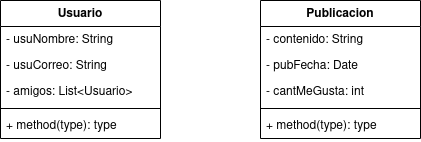
Earlier version of the draw.io export ejercicio1/diagram/ejercicio1-maxi.png (mackstm/examen-ets). Source tidied: cells renumbered, new cells last; positions are measured from the earlier drawing's top-left corner, leaving out a move shared by most shapes.
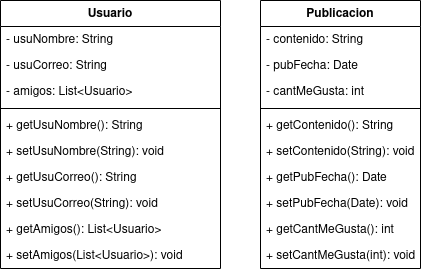
Later version of the same file.

Diff of the diagram source:
```diff
@@ -3,25 +3,40 @@
     <mxCell id="0" />
     <mxCell id="1" parent="0" />
     <mxCell id="2" value="Usuario" style="swimlane;fontStyle=1;align=center;verticalAlign=top;horizontal=1;startSize=26;whiteSpace=wrap;html=1;" parent="1" vertex="1">
-      <mxGeometry width="160" height="138" as="geometry" />
+      <mxGeometry width="220" height="268" as="geometry" />
     </mxCell>
     <mxCell id="3" value="- usuNombre: String" style="text;strokeColor=none;fillColor=none;align=left;verticalAlign=top;spacingLeft=4;spacingRight=4;overflow=hidden;whiteSpace=wrap;html=1;" parent="2" vertex="1">
-      <mxGeometry y="26" width="160" height="26" as="geometry" />
+      <mxGeometry y="26" width="220" height="26" as="geometry" />
     </mxCell>
     <mxCell id="4" value="- usuCorreo: String" style="text;strokeColor=none;fillColor=none;align=left;verticalAlign=top;spacingLeft=4;spacingRight=4;overflow=hidden;whiteSpace=wrap;html=1;" parent="2" vertex="1">
-      <mxGeometry y="52" width="160" height="26" as="geometry" />
+      <mxGeometry y="52" width="220" height="26" as="geometry" />
     </mxCell>
     <mxCell id="5" value="- amigos: List&amp;lt;Usuario&amp;gt;" style="text;strokeColor=none;fillColor=none;align=left;verticalAlign=top;spacingLeft=4;spacingRight=4;overflow=hidden;whiteSpace=wrap;html=1;" parent="2" vertex="1">
-      <mxGeometry y="78" width="160" height="26" as="geometry" />
+      <mxGeometry y="78" width="220" height="26" as="geometry" />
     </mxCell>
     <mxCell id="6" style="line;strokeWidth=1;fillColor=none;align=left;verticalAlign=middle;spacingTop=-1;spacingLeft=3;spacingRight=3;labelPosition=right;strokeColor=inherit;" parent="2" vertex="1">
-      <mxGeometry y="104" width="160" height="8" as="geometry" />
+      <mxGeometry y="104" width="220" height="8" as="geometry" />
     </mxCell>
+    <mxCell id="14" value="+ getUsuNombre(): String" style="text;strokeColor=none;fillColor=none;align=left;verticalAlign=top;spacingLeft=4;spacingRight=4;overflow=hidden;whiteSpace=wrap;html=1;" parent="2" vertex="1">
+      <mxGeometry y="112" width="220" height="26" as="geometry" />
+    </mxCell>
+    <mxCell id="15" value="+ setUsuNombre(String): void" style="text;strokeColor=none;fillColor=none;align=left;verticalAlign=top;spacingLeft=4;spacingRight=4;overflow=hidden;whiteSpace=wrap;html=1;" parent="2" vertex="1">
+      <mxGeometry y="138" width="220" height="26" as="geometry" />
+    </mxCell>
+    <mxCell id="16" value="+ getUsuCorreo(): String" style="text;strokeColor=none;fillColor=none;align=left;verticalAlign=top;spacingLeft=4;spacingRight=4;overflow=hidden;whiteSpace=wrap;html=1;" parent="2" vertex="1">
+      <mxGeometry y="164" width="220" height="26" as="geometry" />
+    </mxCell>
+    <mxCell id="17" value="+ setUsuCorreo(String): void" style="text;strokeColor=none;fillColor=none;align=left;verticalAlign=top;spacingLeft=4;spacingRight=4;overflow=hidden;whiteSpace=wrap;html=1;" parent="2" vertex="1">
+      <mxGeometry y="190" width="220" height="26" as="geometry" />
+    </mxCell>
-    <mxCell id="7" value="+ method(type): type" style="text;strokeColor=none;fillColor=none;align=left;verticalAlign=top;spacingLeft=4;spacingRight=4;overflow=hidden;whiteSpace=wrap;html=1;" parent="2" vertex="1">
-      <mxGeometry y="112" width="160" height="26" as="geometry" />
+    <mxCell id="7" value="+ getAmigos(): List&amp;lt;Usuario&amp;gt;" style="text;strokeColor=none;fillColor=none;align=left;verticalAlign=top;spacingLeft=4;spacingRight=4;overflow=hidden;whiteSpace=wrap;html=1;" parent="2" vertex="1">
+      <mxGeometry y="216" width="220" height="26" as="geometry" />
     </mxCell>
+    <mxCell id="18" value="+ setAmigos(List&amp;lt;Usuario&amp;gt;): void" style="text;strokeColor=none;fillColor=none;align=left;verticalAlign=top;spacingLeft=4;spacingRight=4;overflow=hidden;whiteSpace=wrap;html=1;" parent="2" vertex="1">
+      <mxGeometry y="242" width="220" height="26" as="geometry" />
+    </mxCell>
     <mxCell id="8" value="Publicacion" style="swimlane;fontStyle=1;align=center;verticalAlign=top;horizontal=1;startSize=26;whiteSpace=wrap;html=1;" parent="1" vertex="1">
-      <mxGeometry x="260" width="160" height="138" as="geometry" />
+      <mxGeometry x="260" width="160" height="268" as="geometry" />
     </mxCell>
     <mxCell id="9" value="- contenido: String" style="text;strokeColor=none;fillColor=none;align=left;verticalAlign=top;spacingLeft=4;spacingRight=4;overflow=hidden;whiteSpace=wrap;html=1;" parent="8" vertex="1">
       <mxGeometry y="26" width="160" height="26" as="geometry" />
@@ -35,8 +50,23 @@
     <mxCell id="12" style="line;strokeWidth=1;fillColor=none;align=left;verticalAlign=middle;spacingTop=-1;spacingLeft=3;spacingRight=3;labelPosition=right;strokeColor=inherit;" parent="8" vertex="1">
       <mxGeometry y="104" width="160" height="8" as="geometry" />
     </mxCell>
-    <mxCell id="13" value="+ method(type): type" style="text;strokeColor=none;fillColor=none;align=left;verticalAlign=top;spacingLeft=4;spacingRight=4;overflow=hidden;whiteSpace=wrap;html=1;" parent="8" vertex="1">
-      <mxGeometry y="112" width="160" height="26" as="geometry" />
-    </mxCell>
+    <mxCell id="19" value="+ getContenido(): String" style="text;strokeColor=none;fillColor=none;align=left;verticalAlign=top;spacingLeft=4;spacingRight=4;overflow=hidden;whiteSpace=wrap;html=1;" parent="8" vertex="1">
+      <mxGeometry y="112" width="160" height="26" as="geometry" />
+    </mxCell>
+    <mxCell id="20" value="+ setContenido(String): void" style="text;strokeColor=none;fillColor=none;align=left;verticalAlign=top;spacingLeft=4;spacingRight=4;overflow=hidden;whiteSpace=wrap;html=1;" parent="8" vertex="1">
+      <mxGeometry y="138" width="160" height="26" as="geometry" />
+    </mxCell>
+    <mxCell id="21" value="+ getPubFecha(): Date" style="text;strokeColor=none;fillColor=none;align=left;verticalAlign=top;spacingLeft=4;spacingRight=4;overflow=hidden;whiteSpace=wrap;html=1;" parent="8" vertex="1">
+      <mxGeometry y="164" width="160" height="26" as="geometry" />
+    </mxCell>
+    <mxCell id="22" value="+ setPubFecha(Date): void" style="text;strokeColor=none;fillColor=none;align=left;verticalAlign=top;spacingLeft=4;spacingRight=4;overflow=hidden;whiteSpace=wrap;html=1;" parent="8" vertex="1">
+      <mxGeometry y="190" width="160" height="26" as="geometry" />
+    </mxCell>
+    <mxCell id="23" value="+ getCantMeGusta(): int" style="text;strokeColor=none;fillColor=none;align=left;verticalAlign=top;spacingLeft=4;spacingRight=4;overflow=hidden;whiteSpace=wrap;html=1;" parent="8" vertex="1">
+      <mxGeometry y="216" width="160" height="26" as="geometry" />
+    </mxCell>
+    <mxCell id="24" value="+ setCantMeGusta(int): void" style="text;strokeColor=none;fillColor=none;align=left;verticalAlign=top;spacingLeft=4;spacingRight=4;overflow=hidden;whiteSpace=wrap;html=1;" parent="8" vertex="1">
+      <mxGeometry y="242" width="160" height="26" as="geometry" />
+    </mxCell>
   </root>
 </mxGraphModel>
```
